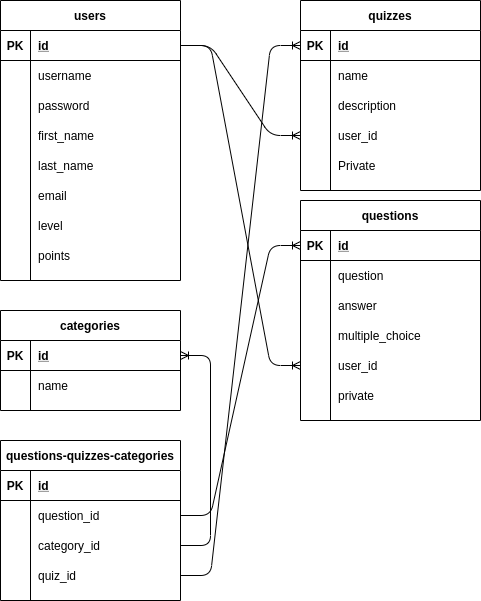
Above: database_schema.drawio.png in vidban/Quizby (draw.io), before the change. Source tidied: cells renumbered, new cells last; positions are measured from the earlier drawing's top-left corner, leaving out a move shared by most shapes.
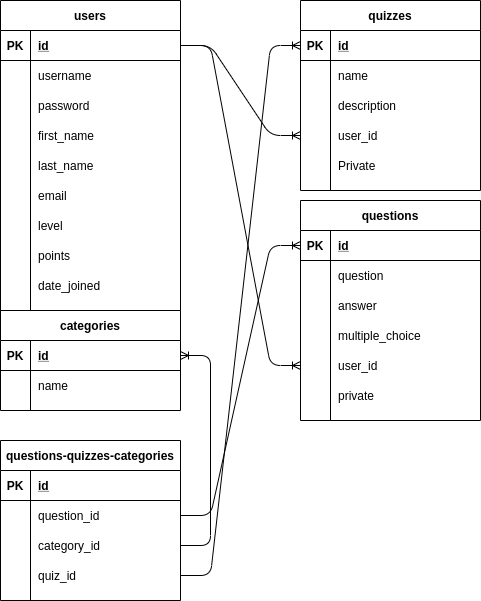
The same diagram one commit later.

What changed in the source:
```diff
@@ -3,7 +3,7 @@
     <mxCell id="0" />
     <mxCell id="1" parent="0" />
     <mxCell id="2" value="users" style="shape=table;startSize=30;rowLines=0;fontStyle=1;align=center;" parent="1" vertex="1">
-      <mxGeometry width="180" height="280" as="geometry" />
+      <mxGeometry width="180" height="310" as="geometry" />
     </mxCell>
     <mxCell id="3" style="shape=partialRectangle;fillColor=none;top=0;left=0;bottom=1;right=0;points=[[0,0.5],[1,0.5]];portConstraint=eastwest;" parent="2" vertex="1">
       <mxGeometry y="30" width="180" height="30" as="geometry" />
@@ -77,6 +77,15 @@
     <mxCell id="26" value="points" style="shape=partialRectangle;fillColor=none;top=0;left=0;bottom=0;right=0;align=left;spacingLeft=6;overflow=hidden;" parent="24" vertex="1">
       <mxGeometry x="30" width="150" height="30" as="geometry" />
     </mxCell>
+    <mxCell id="87" style="shape=partialRectangle;fillColor=none;top=0;left=0;bottom=0;right=0;" parent="2" vertex="1">
+      <mxGeometry y="270" width="180" height="30" as="geometry" />
+    </mxCell>
+    <mxCell id="88" style="shape=partialRectangle;fillColor=none;top=0;left=0;bottom=0;right=0;overflow=hidden;" parent="87" vertex="1">
+      <mxGeometry width="30" height="30" as="geometry" />
+    </mxCell>
+    <mxCell id="89" value="date_joined" style="shape=partialRectangle;fillColor=none;top=0;left=0;bottom=0;right=0;align=left;spacingLeft=6;overflow=hidden;" parent="87" vertex="1">
+      <mxGeometry x="30" width="150" height="30" as="geometry" />
+    </mxCell>
     <mxCell id="27" value="quizzes" style="shape=table;startSize=30;rowLines=0;fontStyle=1;align=center;fillColor=none;" parent="1" vertex="1">
       <mxGeometry x="300" width="180" height="190" as="geometry" />
     </mxCell>
```
